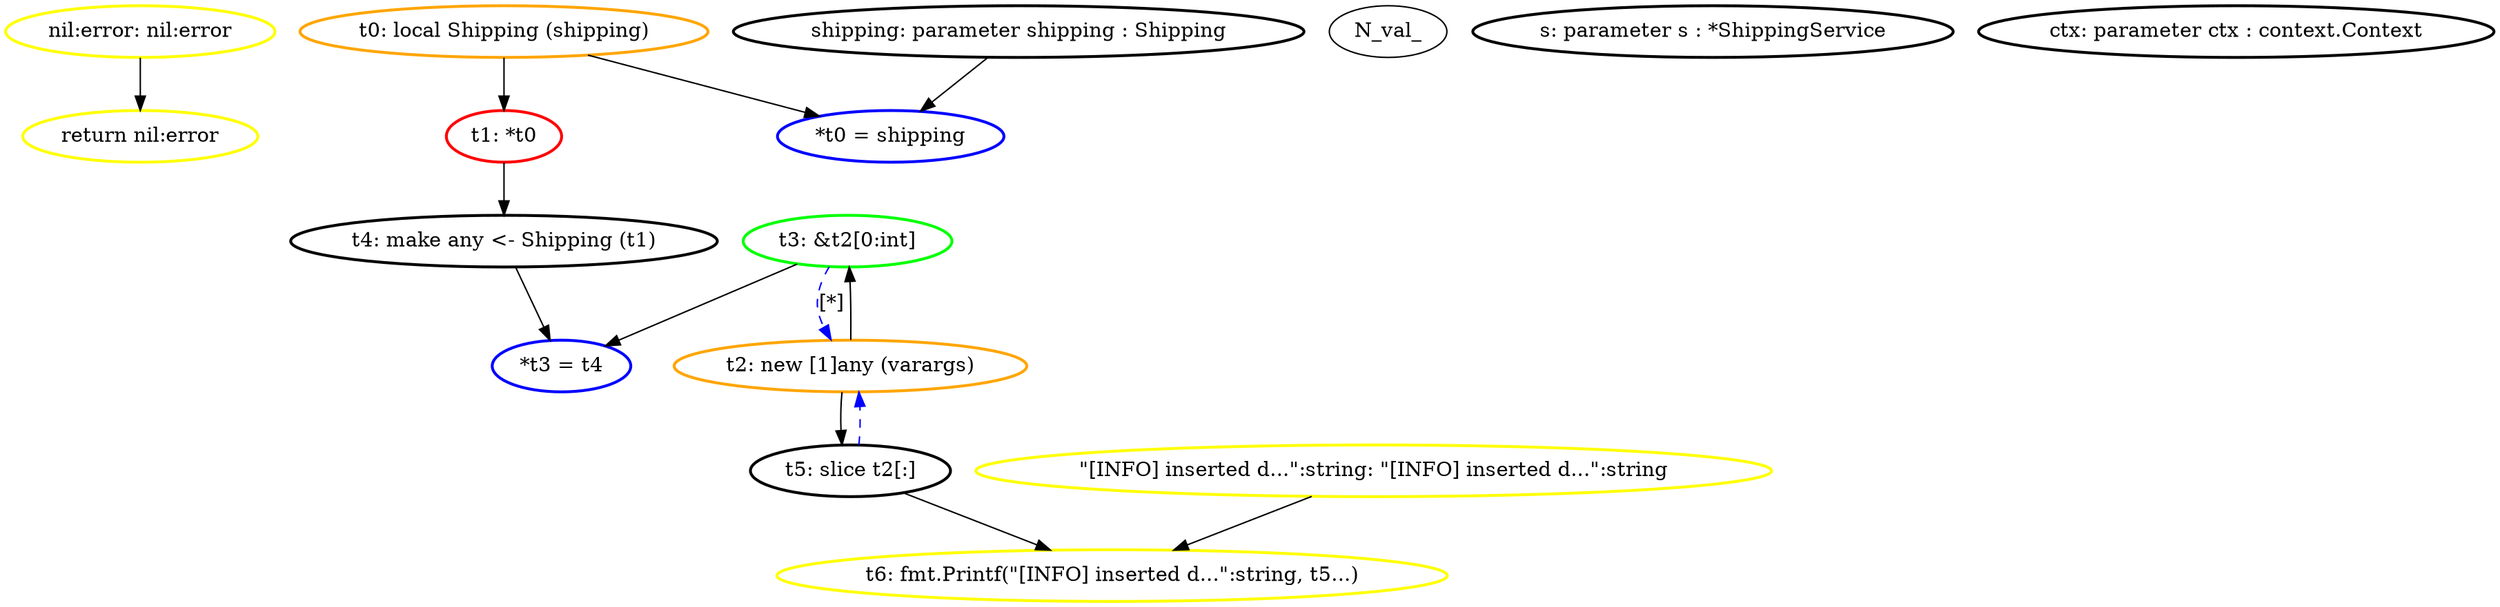
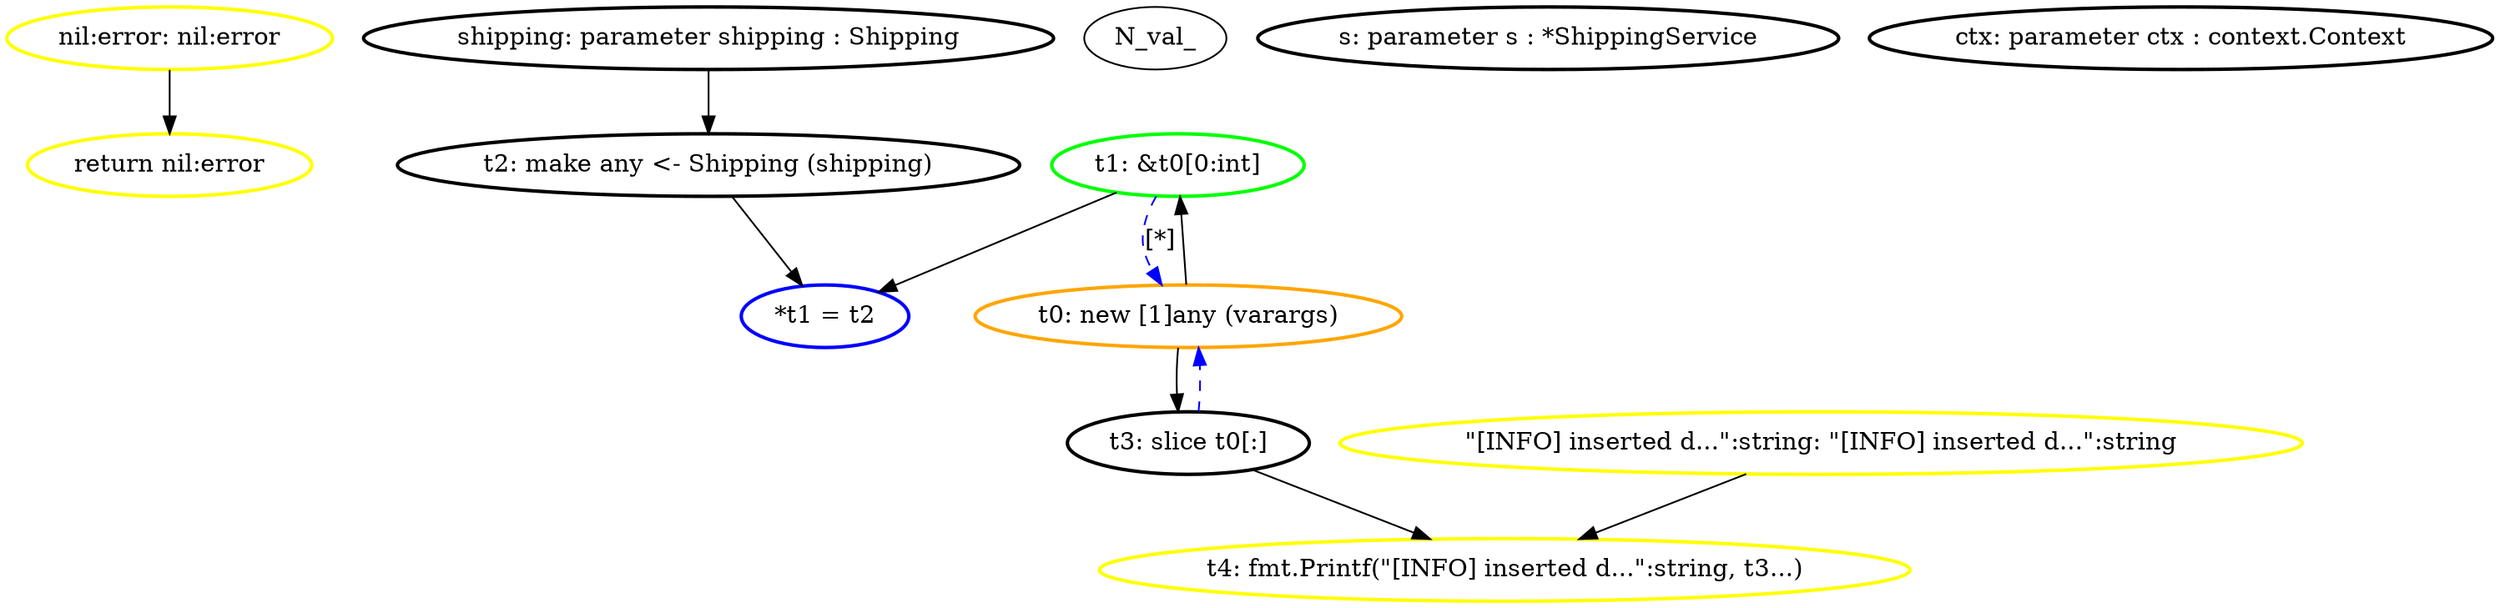
digraph G {
	rankdir=TD;
	N_instr_ret_371 [label="return nil:error", style=bold, shape=ellipse, color="yellow"];
- 	N_instr_store_198408859 [label="*t0 = shipping", style=bold, shape=ellipse, color="blue"];
- 	N_instr_store_360 [label="*t3 = t4", style=bold, shape=ellipse, color="blue"];
- 	N_nil_1208016399 [label="nil:error: nil:error", style=bold, shape=ellipse, color="yellow"];
+ 	N_instr_store_360 [label="*t1 = t2", style=bold, shape=ellipse, color="blue"];
+ 	N_nil_312776499 [label="nil:error: nil:error", style=bold, shape=ellipse, color="yellow"];
	N_val_"[INFO] inserted d...":string [label="\"[INFO] inserted d...\":string: \"[INFO] inserted d...\":string", style=bold, shape=ellipse, color="yellow"];
- 	N_val_alloc_287 [label="t0: local Shipping (shipping)", style=bold, shape=ellipse, color="orange"];
- 	N_val_alloc_368 [label="t2: new [1]any (varargs)", style=bold, shape=ellipse, color="orange"];
- 	N_val_call_325 [label="t6: fmt.Printf(\"[INFO] inserted d...\":string, t5...)", style=bold, shape=ellipse, color="yellow"];
- 	N_val_ifacet4 [label="t4: make any <- Shipping (t1)", style=bold, shape=ellipse, color="black"];
- 	N_val_indext3 [label="t3: &t2[0:int]", style=bold, shape=ellipse, color="green"];
+ 	N_val_alloc_368 [label="t0: new [1]any (varargs)", style=bold, shape=ellipse, color="orange"];
+ 	N_val_call_325 [label="t4: fmt.Printf(\"[INFO] inserted d...\":string, t3...)", style=bold, shape=ellipse, color="yellow"];
+ 	N_val_ifacet2 [label="t2: make any <- Shipping (shipping)", style=bold, shape=ellipse, color="black"];
+ 	N_val_indext1 [label="t1: &t0[0:int]", style=bold, shape=ellipse, color="green"];
	N_val_param_234 [label="s: parameter s : *ShippingService", style=bold, shape=ellipse, color="black"];
	N_val_param_266 [label="ctx: parameter ctx : context.Context", style=bold, shape=ellipse, color="black"];
	N_val_param_287 [label="shipping: parameter shipping : Shipping", style=bold, shape=ellipse, color="black"];
- 	N_val_slicet5 [label="t5: slice t2[:]", style=bold, shape=ellipse, color="black"];
- 	N_val_unary_360 [label="t1: *t0", style=bold, shape=ellipse, color="red"];
- 	N_val_alloc_287 -> N_instr_store_198408859;
- 	N_val_param_287 -> N_instr_store_198408859;
- 	N_val_alloc_287 -> N_val_unary_360;
- 	N_val_alloc_368 -> N_val_indext3;
- 	N_val_unary_360 -> N_val_ifacet4;
- 	N_val_indext3 -> N_instr_store_360;
- 	N_val_ifacet4 -> N_instr_store_360;
- 	N_val_alloc_368 -> N_val_slicet5;
+ 	N_val_slicet3 [label="t3: slice t0[:]", style=bold, shape=ellipse, color="black"];
+ 	N_val_alloc_368 -> N_val_indext1;
+ 	N_val_param_287 -> N_val_ifacet2;
+ 	N_val_indext1 -> N_instr_store_360;
+ 	N_val_ifacet2 -> N_instr_store_360;
+ 	N_val_alloc_368 -> N_val_slicet3;
	N_val_"[INFO] inserted d...":string -> N_val_call_325;
- 	N_val_slicet5 -> N_val_call_325;
- 	N_nil_1208016399 -> N_instr_ret_371;
- 	N_val_indext3 -> N_val_alloc_368 [label="[*]", style=dashed, color=blue];
- 	N_val_slicet5 -> N_val_alloc_368 [label="", style=dashed, color=blue];
+ 	N_val_slicet3 -> N_val_call_325;
+ 	N_nil_312776499 -> N_instr_ret_371;
+ 	N_val_slicet3 -> N_val_alloc_368 [label="", style=dashed, color=blue];
+ 	N_val_indext1 -> N_val_alloc_368 [label="[*]", style=dashed, color=blue];
}
